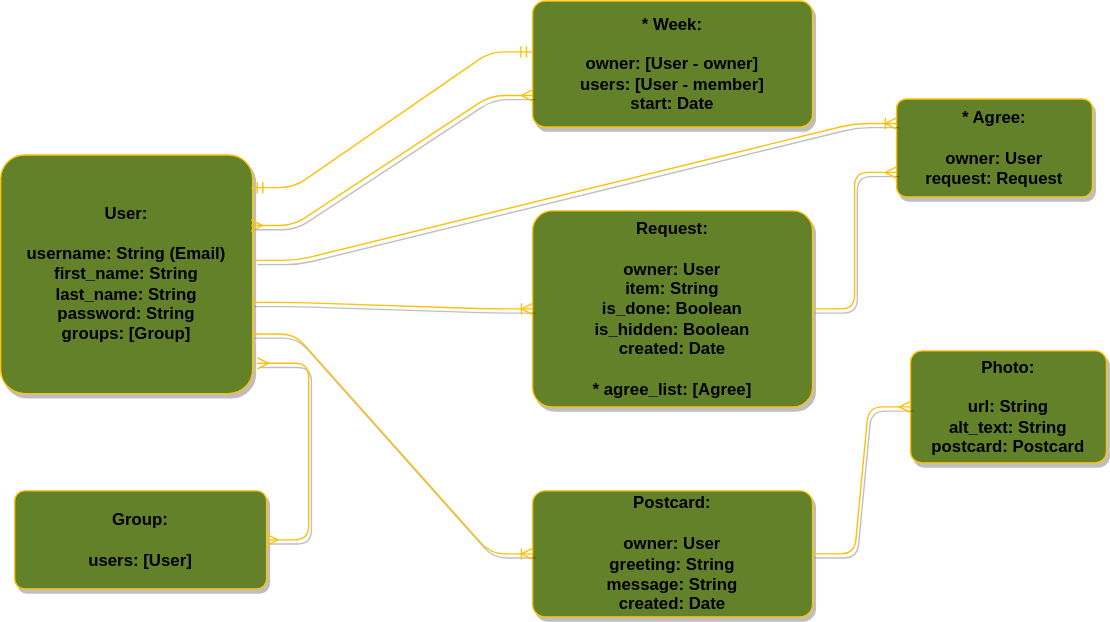
Earlier version of the draw.io export erd.drawio.svg (benhammondmusic/littlecabin). Source tidied: cells renumbered, new cells last; positions are measured from the earlier drawing's top-left corner, leaving out a move shared by most shapes.
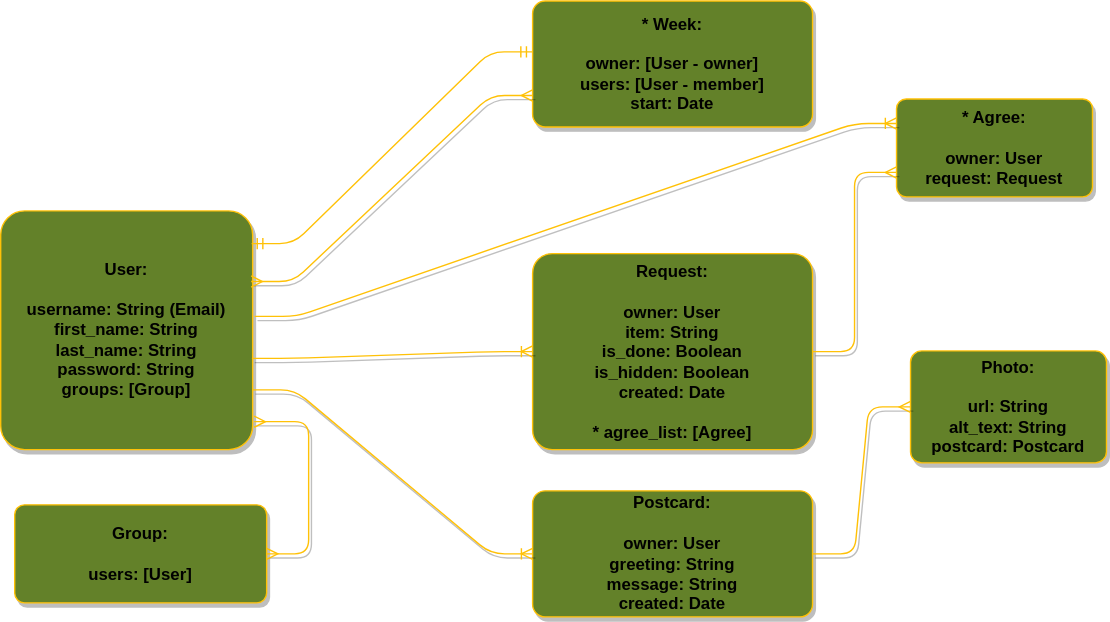
The same diagram one commit later.

The edit, as a diff of the source:
```diff
@@ -3,7 +3,7 @@
     <mxCell id="0" />
     <mxCell id="1" parent="0" />
     <mxCell id="2" value="&lt;b&gt;User:&lt;br&gt;&lt;br&gt;username: String (Email)&lt;br&gt;first_name: String&lt;br&gt;last_name: String&lt;br&gt;password: String&lt;br&gt;groups: [Group]&lt;br&gt;&lt;/b&gt;" style="rounded=1;arcSize=10;whiteSpace=wrap;html=1;align=center;fillColor=#638129;strokeColor=#ffc107;shadow=1;" parent="1" vertex="1">
-      <mxGeometry y="110" width="180" height="170.5" as="geometry" />
+      <mxGeometry y="150" width="180" height="170.5" as="geometry" />
     </mxCell>
     <mxCell id="3" value="&lt;b&gt;* Week:&lt;br&gt;&lt;br&gt;owner: [User - owner]&lt;br&gt;users: [User - member]&amp;nbsp;&lt;br&gt;start: Date&lt;br&gt;&lt;/b&gt;" style="rounded=1;arcSize=10;whiteSpace=wrap;html=1;align=center;fillColor=#638129;strokeColor=#ffc107;shadow=1;" parent="1" vertex="1">
       <mxGeometry x="380" width="200" height="90" as="geometry" />
@@ -12,7 +12,7 @@
       <mxGeometry x="380" y="350" width="200" height="90" as="geometry" />
     </mxCell>
     <mxCell id="5" value="&lt;b&gt;Request:&lt;br&gt;&lt;br&gt;owner: User&lt;br&gt;item: String&lt;br&gt;is_done: Boolean&lt;br&gt;is_hidden: Boolean&lt;br&gt;created: Date&lt;br&gt;&lt;br&gt;* agree_list: [Agree]&lt;/b&gt;" style="rounded=1;arcSize=10;whiteSpace=wrap;html=1;align=center;fillColor=#638129;strokeColor=#ffc107;shadow=1;" parent="1" vertex="1">
-      <mxGeometry x="380" y="150" width="200" height="140" as="geometry" />
+      <mxGeometry x="380" y="180.5" width="200" height="140" as="geometry" />
     </mxCell>
     <mxCell id="6" style="edgeStyle=entityRelationEdgeStyle;fontSize=12;html=1;endArrow=ERoneToMany;exitX=0.997;exitY=0.618;exitDx=0;exitDy=0;entryX=0;entryY=0.5;entryDx=0;entryDy=0;fillColor=#638129;exitPerimeter=0;strokeColor=#ffc107;shadow=1;" parent="1" edge="1" source="2" target="5">
       <mxGeometry relative="1" as="geometry" />
@@ -42,9 +42,9 @@
       <mxGeometry relative="1" as="geometry" />
     </mxCell>
     <mxCell id="15" value="&lt;b&gt;Group:&lt;br&gt;&lt;br&gt;users: [User]&lt;br&gt;&lt;/b&gt;" style="rounded=1;arcSize=10;whiteSpace=wrap;html=1;align=center;fillColor=#638129;strokeColor=#ffc107;shadow=1;" parent="1" vertex="1">
-      <mxGeometry x="10" y="350" width="180" height="70" as="geometry" />
+      <mxGeometry x="10" y="360" width="180" height="70" as="geometry" />
     </mxCell>
-    <mxCell id="16" style="edgeStyle=entityRelationEdgeStyle;fontSize=12;html=1;endArrow=ERmany;startArrow=ERmany;exitX=1.018;exitY=0.873;exitDx=0;exitDy=0;fillColor=#638129;exitPerimeter=0;strokeColor=#ffc107;shadow=1;" parent="1" edge="1" source="2" target="15">
+    <mxCell id="16" style="edgeStyle=entityRelationEdgeStyle;fontSize=12;html=1;endArrow=ERmany;startArrow=ERmany;fillColor=#638129;strokeColor=#ffc107;shadow=1;exitX=1.006;exitY=0.883;exitDx=0;exitDy=0;exitPerimeter=0;" parent="1" edge="1" source="2" target="15">
       <mxGeometry relative="1" as="geometry" />
     </mxCell>
   </root>
```
